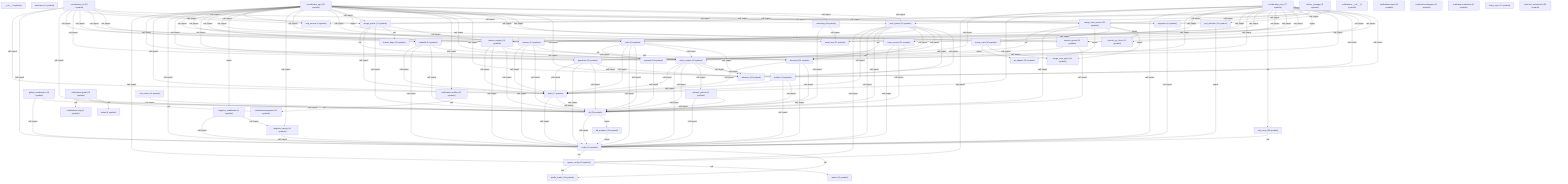
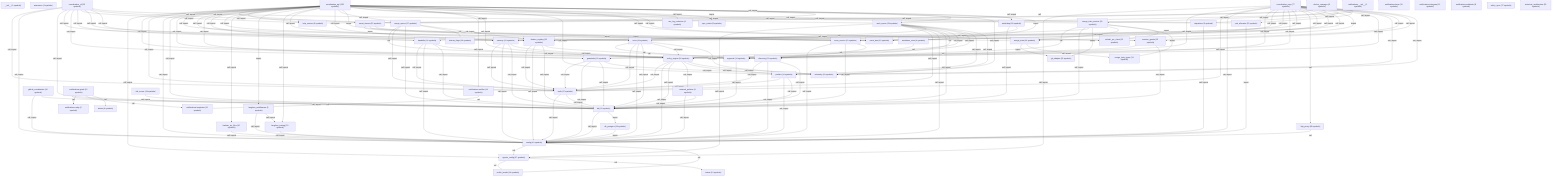
flowchart TB
    __init__["__init__ (1 symbols)"]
-     agents_config["agents_config (31 symbols)"]
+     agents_config["agents_config (37 symbols)"]
    approval["approval (14 symbols)"]
    assurance["assurance (1 symbols)"]
    audit["audit (17 symbols)"]
-     config["config (41 symbols)"]
-     coordination_api["coordination_api (121 symbols)"]
+     config["config (43 symbols)"]
+     coordination_api["coordination_api (135 symbols)"]
    coordination_cli["coordination_cli (33 symbols)"]
    coordination_mcp["coordination_mcp (77 symbols)"]
    db["db (23 symbols)"]
    db_postgres["db_postgres (14 symbols)"]
    discovery["discovery (20 symbols)"]
    docker_manager["docker_manager (8 symbols)"]
-     event_bus["event_bus (21 symbols)"]
+     event_bus["event_bus (22 symbols)"]
+     event_stream["event_stream (13 symbols)"]
    feature_flags["feature_flags (26 symbols)"]
    feature_registry["feature_registry (19 symbols)"]
    git_adapter["git_adapter (25 symbols)"]
    github_coordination["github_coordination (16 symbols)"]
    guardrails["guardrails (15 symbols)"]
    handoffs["handoffs (14 symbols)"]
    help_service["help_service (6 symbols)"]
    http_proxy["http_proxy (68 symbols)"]
    issue_service["issue_service (21 symbols)"]
+     kanban_viz_files["kanban_viz_files (10 symbols)"]
    langfuse_middleware["langfuse_middleware (5 symbols)"]
    langfuse_tracing["langfuse_tracing (10 symbols)"]
-     locks["locks (18 symbols)"]
+     locks["locks (19 symbols)"]
    memory["memory (13 symbols)"]
    merge_queue["merge_queue (17 symbols)"]
    merge_train["merge_train (30 symbols)"]
    merge_train_service["merge_train_service (29 symbols)"]
    merge_train_types["merge_train_types (14 symbols)"]
    migrations["migrations (5 symbols)"]
    network_policies["network_policies (8 symbols)"]
    notifications____init__["notifications.__init__ (1 symbols)"]
    notifications__base["notifications.base (10 symbols)"]
    notifications__gmail["notifications.gmail (13 symbols)"]
    notifications__notifier["notifications.notifier (14 symbols)"]
    notifications__relay["notifications.relay (6 symbols)"]
    notifications__telegram["notifications.telegram (11 symbols)"]
    notifications__templates["notifications.templates (11 symbols)"]
    notifications__webhook["notifications.webhook (8 symbols)"]
    policy_engine["policy_engine (36 symbols)"]
    policy_sync["policy_sync (17 symbols)"]
    port_allocator["port_allocator (12 symbols)"]
    profile_loader["profile_loader (14 symbols)"]
    profiles["profiles (14 symbols)"]
    refresh_rpc_client["refresh_rpc_client (12 symbols)"]
    risk_scorer["risk_scorer (14 symbols)"]
    session_grants["session_grants (13 symbols)"]
+     sse_log_redaction["sse_log_redaction (6 symbols)"]
    status["status (6 symbols)"]
+     sync_points["sync_points (5 symbols)"]
    teams["teams (10 symbols)"]
    telemetry["telemetry (20 symbols)"]
    tests__test_architecture["tests.test_architecture (52 symbols)"]
    watchdog["watchdog (18 symbols)"]
    work_queue["work_queue (24 symbols)"]
+     worktrees_view["worktrees_view (4 symbols)"]
    agents_config -->|"call"| profile_loader
    agents_config -->|"call"| teams
    approval -->|"call, import"| db
    audit -->|"call, import"| config
    audit -->|"call, import"| db
    config -->|"call"| agents_config
    config -->|"call"| profile_loader
    coordination_api -->|"call, import"| agents_config
    coordination_api -->|"call, import"| approval
    coordination_api -->|"call, import"| audit
    coordination_api -->|"call, import"| config
+     coordination_api -->|"call, import"| db
    coordination_api -->|"call, import"| discovery
    coordination_api -->|"call, import"| event_bus
+     coordination_api -->|"call, import"| event_stream
    coordination_api -->|"call, import"| feature_registry
    coordination_api -->|"call, import"| guardrails
    coordination_api -->|"call, import"| handoffs
    coordination_api -->|"call, import"| help_service
    coordination_api -->|"call, import"| issue_service
+     coordination_api -->|"call, import"| kanban_viz_files
    coordination_api -->|"import"| langfuse_middleware
    coordination_api -->|"call, import"| langfuse_tracing
    coordination_api -->|"call, import"| locks
    coordination_api -->|"call, import"| memory
    coordination_api -->|"call, import"| merge_queue
    coordination_api -->|"import"| merge_train
    coordination_api -->|"call, import"| merge_train_service
    coordination_api -->|"call, import"| migrations
    coordination_api -->|"call, import"| notifications__notifier
    coordination_api -->|"call, import"| policy_engine
    coordination_api -->|"call, import"| port_allocator
    coordination_api -->|"call, import"| profiles
    coordination_api -->|"call, import"| refresh_rpc_client
    coordination_api -->|"call, import"| session_grants
+     coordination_api -->|"call, import"| sse_log_redaction
+     coordination_api -->|"import"| sync_points
    coordination_api -->|"call, import"| telemetry
    coordination_api -->|"call, import"| watchdog
    coordination_api -->|"call, import"| work_queue
+     coordination_api -->|"import"| worktrees_view
    coordination_cli -->|"call, import"| audit
    coordination_cli -->|"call, import"| config
    coordination_cli -->|"call, import"| db
    coordination_cli -->|"call, import"| feature_registry
    coordination_cli -->|"call, import"| guardrails
    coordination_cli -->|"call, import"| handoffs
    coordination_cli -->|"call, import"| help_service
    coordination_cli -->|"call, import"| locks
    coordination_cli -->|"call, import"| memory
    coordination_cli -->|"call, import"| merge_queue
    coordination_cli -->|"call, import"| work_queue
    coordination_mcp -->|"call, import"| agents_config
    coordination_mcp -->|"call, import"| approval
    coordination_mcp -->|"call, import"| audit
    coordination_mcp -->|"call, import"| config
    coordination_mcp -->|"call, import"| discovery
    coordination_mcp -->|"call, import"| event_bus
    coordination_mcp -->|"call, import"| feature_registry
    coordination_mcp -->|"call, import"| guardrails
    coordination_mcp -->|"call, import"| handoffs
    coordination_mcp -->|"call, import"| help_service
    coordination_mcp -->|"call"| http_proxy
    coordination_mcp -->|"call, import"| issue_service
    coordination_mcp -->|"call, import"| locks
    coordination_mcp -->|"call, import"| memory
    coordination_mcp -->|"call, import"| merge_queue
    coordination_mcp -->|"import"| merge_train
    coordination_mcp -->|"call, import"| merge_train_service
    coordination_mcp -->|"call, import"| migrations
    coordination_mcp -->|"call, import"| policy_engine
    coordination_mcp -->|"call, import"| port_allocator
    coordination_mcp -->|"call, import"| profiles
    coordination_mcp -->|"call, import"| refresh_rpc_client
    coordination_mcp -->|"call, import"| session_grants
    coordination_mcp -->|"call, import"| telemetry
    coordination_mcp -->|"call, import"| work_queue
    db -->|"call, import"| config
    db -->|"import"| db_postgres
    db_postgres -->|"import"| config
    discovery -->|"call, import"| audit
    discovery -->|"call, import"| config
    discovery -->|"call, import"| db
+     event_stream -->|"call"| coordination_api
+     event_stream -->|"import"| event_bus
+     event_stream -->|"import"| issue_service
+     event_stream -->|"import"| worktrees_view
    feature_registry -->|"call, import"| audit
    feature_registry -->|"call, import"| config
    feature_registry -->|"call, import"| db
    feature_registry -->|"call"| discovery
    github_coordination -->|"call, import"| config
    github_coordination -->|"call, import"| db
    guardrails -->|"call, import"| audit
    guardrails -->|"call, import"| config
    guardrails -->|"call, import"| db
    guardrails -->|"call, import"| telemetry
    handoffs -->|"call, import"| audit
    handoffs -->|"call, import"| config
    handoffs -->|"call, import"| db
    handoffs -->|"call, import"| policy_engine
    http_proxy -->|"call"| config
    issue_service -->|"call, import"| config
    issue_service -->|"call, import"| db
    issue_service -->|"call"| discovery
+     kanban_viz_files -->|"call, import"| config
    langfuse_middleware -->|"call, import"| config
    langfuse_middleware -->|"call, import"| langfuse_tracing
    langfuse_tracing -->|"call, import"| config
    locks -->|"call"| approval
    locks -->|"call, import"| audit
    locks -->|"call, import"| config
    locks -->|"call, import"| db
    locks -->|"call, import"| policy_engine
    locks -->|"call, import"| telemetry
    memory -->|"call, import"| audit
    memory -->|"call, import"| config
    memory -->|"call, import"| db
    memory -->|"call, import"| policy_engine
    merge_queue -->|"call"| approval
    merge_queue -->|"call, import"| audit
    merge_queue -->|"call, import"| db
    merge_queue -->|"call"| feature_flags
    merge_queue -->|"call, import"| feature_registry
    merge_train -->|"import"| git_adapter
    merge_train -->|"call, import"| merge_train_types
    merge_train_service -->|"call"| approval
    merge_train_service -->|"call, import"| db
    merge_train_service -->|"call, import"| feature_registry
    merge_train_service -->|"import"| git_adapter
    merge_train_service -->|"call, import"| merge_train
    merge_train_service -->|"import"| merge_train_types
    merge_train_service -->|"import"| refresh_rpc_client
    migrations -->|"call, import"| config
    network_policies -->|"call, import"| config
    network_policies -->|"call, import"| db
    notifications__gmail -->|"call"| db
    notifications__gmail -->|"call"| notifications__relay
    notifications__gmail -->|"call"| notifications__templates
    notifications__gmail -->|"call"| status
    notifications__notifier -->|"call"| notifications__templates
    policy_engine -->|"call, import"| audit
    policy_engine -->|"call, import"| config
    policy_engine -->|"call, import"| db
    policy_engine -->|"call, import"| network_policies
    policy_engine -->|"call, import"| profiles
    policy_engine -->|"call, import"| telemetry
    port_allocator -->|"import"| config
    profiles -->|"call, import"| audit
    profiles -->|"call, import"| config
    profiles -->|"call, import"| db
    risk_scorer -->|"call, import"| db
    session_grants -->|"call"| approval
    session_grants -->|"call, import"| db
    watchdog -->|"call, import"| db
    watchdog -->|"call, import"| event_bus
    work_queue -->|"call, import"| agents_config
    work_queue -->|"call, import"| audit
    work_queue -->|"call, import"| config
    work_queue -->|"call, import"| db
    work_queue -->|"call"| discovery
    work_queue -->|"call, import"| guardrails
    work_queue -->|"call"| locks
    work_queue -->|"call, import"| policy_engine
    work_queue -->|"call, import"| profiles
    work_queue -->|"call, import"| telemetry
+     worktrees_view -->|"call"| approval
